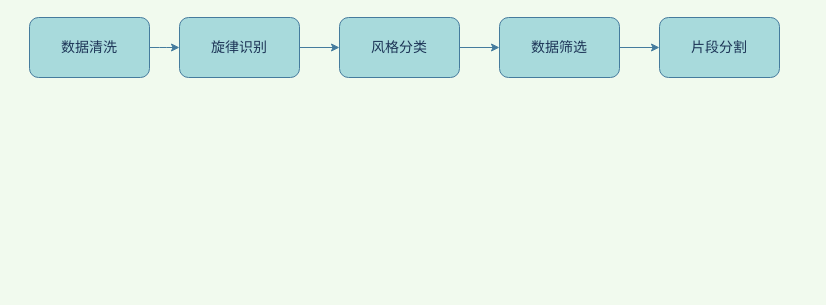
nuoyi-618/drawio keeps this draw.io diagram as Untitled Diagram.drawio. Above is the earlier version. Source tidied: cells renumbered, new cells numbered last; positions are measured from the earlier drawing's top-left corner, leaving out a move shared by most shapes. Both pictures are drawn from the tidied source at 100%, with x=0, y=0 at pixel (29, 17).
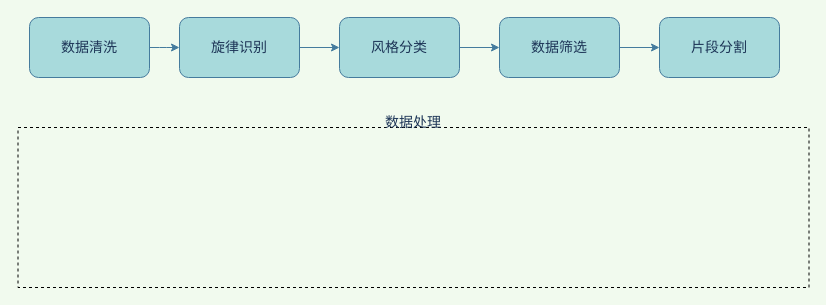
After the change.

Change to the diagram source:
```diff
@@
 <mxGraphModel background="#F1FAEE">
   <root>
     <mxCell id="0" />
     <mxCell id="1" parent="0" />
     <mxCell id="2" style="edgeStyle=orthogonalEdgeStyle;curved=0;rounded=1;sketch=0;jettySize=auto;html=1;strokeColor=#457B9D;fontColor=#1D3557;labelBackgroundColor=#F1FAEE;fontSize=14;" parent="1" edge="1" source="3" target="5">
       <mxGeometry relative="1" as="geometry" />
     </mxCell>
     <mxCell id="3" value="数据清洗" style="rounded=1;whiteSpace=wrap;html=1;sketch=0;fillColor=#A8DADC;strokeColor=#457B9D;fontColor=#1D3557;fontSize=14;" parent="1" vertex="1">
       <mxGeometry width="120" height="60" as="geometry" />
     </mxCell>
     <mxCell id="4" style="edgeStyle=orthogonalEdgeStyle;curved=0;rounded=1;sketch=0;jettySize=auto;html=1;strokeColor=#457B9D;fontColor=#1D3557;labelBackgroundColor=#F1FAEE;fontSize=14;" parent="1" edge="1" source="5" target="7">
       <mxGeometry relative="1" as="geometry" />
     </mxCell>
     <mxCell id="5" value="旋律识别" style="rounded=1;whiteSpace=wrap;html=1;sketch=0;fillColor=#A8DADC;strokeColor=#457B9D;fontColor=#1D3557;fontSize=14;" parent="1" vertex="1">
       <mxGeometry x="150" width="120" height="60" as="geometry" />
     </mxCell>
     <mxCell id="6" style="edgeStyle=orthogonalEdgeStyle;curved=0;rounded=1;sketch=0;jettySize=auto;html=1;strokeColor=#457B9D;fontColor=#1D3557;labelBackgroundColor=#F1FAEE;fontSize=14;" parent="1" edge="1" source="7" target="9">
       <mxGeometry relative="1" as="geometry" />
     </mxCell>
     <mxCell id="7" value="风格分类" style="rounded=1;whiteSpace=wrap;html=1;sketch=0;fillColor=#A8DADC;strokeColor=#457B9D;fontColor=#1D3557;fontSize=14;" parent="1" vertex="1">
       <mxGeometry x="310" width="120" height="60" as="geometry" />
     </mxCell>
     <mxCell id="8" style="edgeStyle=orthogonalEdgeStyle;curved=0;rounded=1;sketch=0;jettySize=auto;html=1;strokeColor=#457B9D;fontColor=#1D3557;labelBackgroundColor=#F1FAEE;fontSize=14;" parent="1" edge="1" source="9" target="10">
       <mxGeometry relative="1" as="geometry" />
     </mxCell>
     <mxCell id="9" value="数据筛选" style="rounded=1;whiteSpace=wrap;html=1;sketch=0;fillColor=#A8DADC;strokeColor=#457B9D;fontColor=#1D3557;fontSize=14;" parent="1" vertex="1">
       <mxGeometry x="470" width="120" height="60" as="geometry" />
     </mxCell>
     <mxCell id="10" value="片段分割" style="rounded=1;whiteSpace=wrap;html=1;sketch=0;fillColor=#A8DADC;strokeColor=#457B9D;fontColor=#1D3557;fontSize=14;" parent="1" vertex="1">
       <mxGeometry x="630" width="120" height="60" as="geometry" />
     </mxCell>
+    <mxCell id="11" style="rounded=0;whiteSpace=wrap;html=1;sketch=0;fontSize=14;fillColor=none;dashed=1;" parent="1" vertex="1">
+      <mxGeometry x="-11.5" y="110" width="791" height="160" as="geometry" />
+    </mxCell>
+    <mxCell id="12" value="数据处理" style="text;html=1;strokeColor=none;fillColor=none;align=center;verticalAlign=middle;whiteSpace=wrap;rounded=0;dashed=1;sketch=0;fontSize=14;fontColor=#1D3557;" parent="1" vertex="1">
+      <mxGeometry x="354" y="90" width="60" height="30" as="geometry" />
+    </mxCell>
   </root>
 </mxGraphModel>
```
